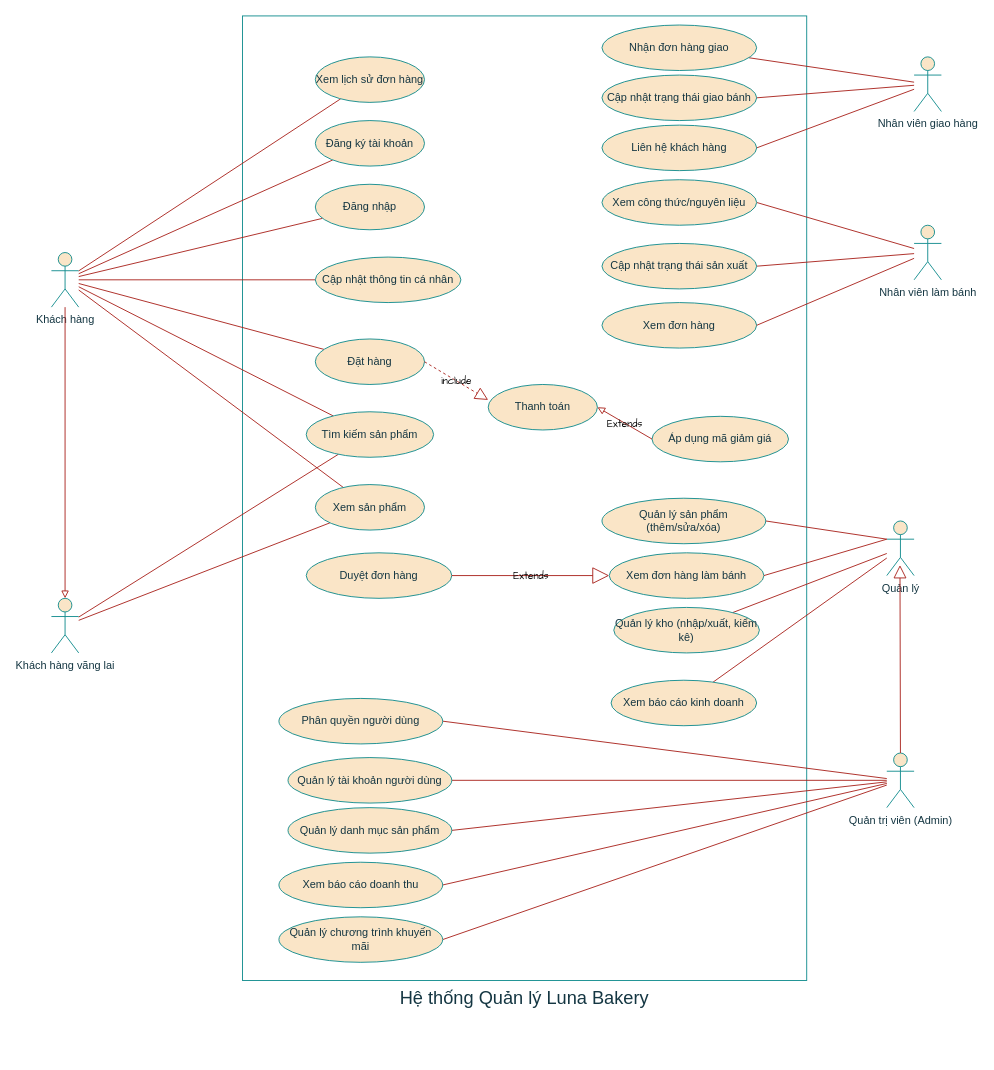
Earlier version of the draw.io diagram Sơ đồ/UseCaseBakeryLuna.diagram.drawio (Thong5279/LunaBakeryDeploy). Source tidied: cells renumbered, new cells numbered last; positions are measured from the earlier drawing's top-left corner, leaving out a move shared by most shapes. Both pictures are drawn from the tidied source at 91%, with x=0, y=0 at pixel (51, 15).
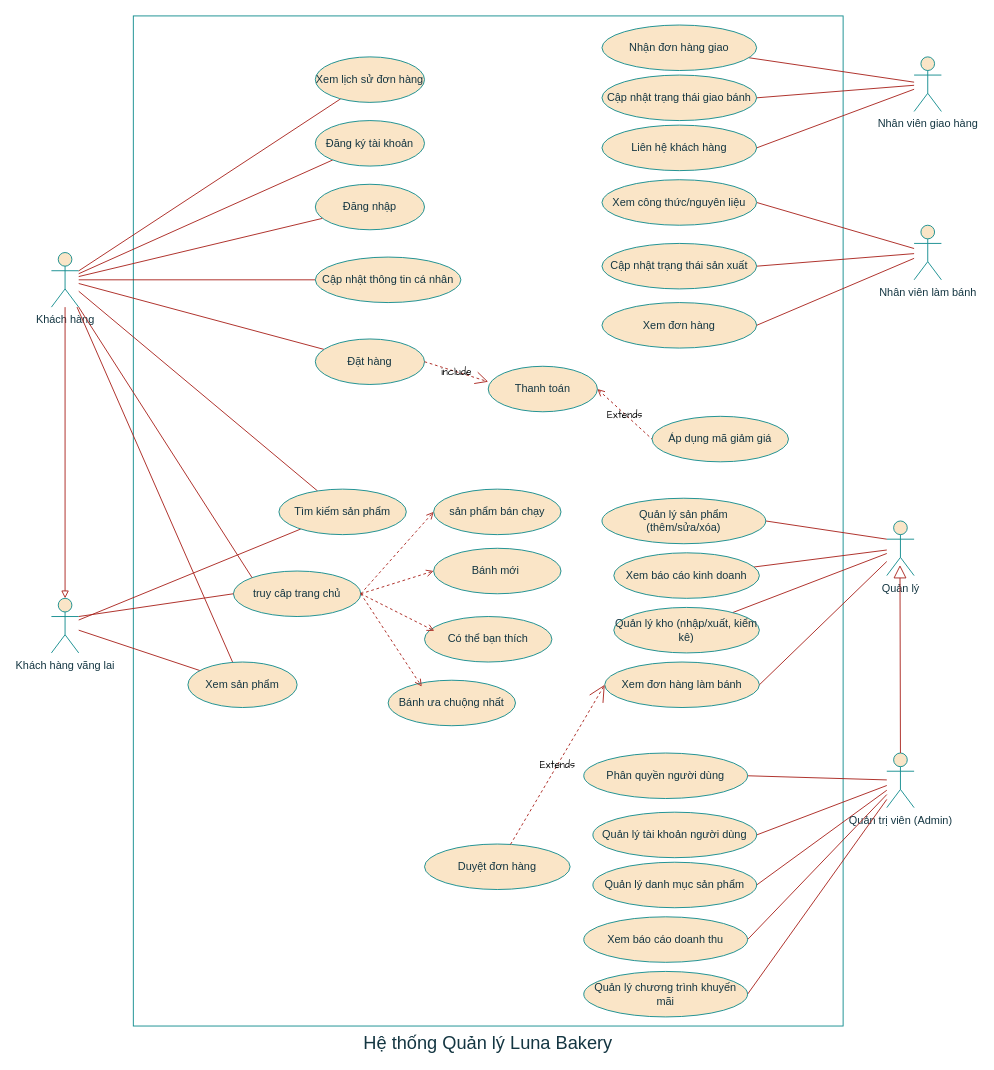
After the change.

The change refers to these unchanged cells:
```xml
<mxCell id="3" value="Khách hàng" style="shape=umlActor;verticalLabelPosition=bottom;verticalAlign=top;html=1;labelBackgroundColor=none;fillColor=#FAE5C7;strokeColor=#0F8B8D;fontColor=#143642;" parent="1" vertex="1">
  <mxGeometry y="260" width="30" height="60" as="geometry" />
</mxCell>
<mxCell id="4" value="Khách hàng vãng lai" style="shape=umlActor;verticalLabelPosition=bottom;verticalAlign=top;html=1;labelBackgroundColor=none;fillColor=#FAE5C7;strokeColor=#0F8B8D;fontColor=#143642;" parent="1" vertex="1">
  <mxGeometry y="640" width="30" height="60" as="geometry" />
</mxCell>
<mxCell id="6" value="Quản lý" style="shape=umlActor;verticalLabelPosition=bottom;verticalAlign=top;html=1;labelBackgroundColor=none;fillColor=#FAE5C7;strokeColor=#0F8B8D;fontColor=#143642;" parent="1" vertex="1">
  <mxGeometry x="918" y="555" width="30" height="60" as="geometry" />
</mxCell>
<mxCell id="33" value="Áp dụng mã giảm giá" style="ellipse;whiteSpace=wrap;html=1;labelBackgroundColor=none;fillColor=#FAE5C7;strokeColor=#0F8B8D;fontColor=#143642;" parent="1" vertex="1">
  <mxGeometry x="660" y="440" width="150" height="50" as="geometry" />
</mxCell>
<mxCell id="48" value="Đặt hàng" style="ellipse;whiteSpace=wrap;html=1;labelBackgroundColor=none;fillColor=#FAE5C7;strokeColor=#0F8B8D;fontColor=#143642;" parent="1" vertex="1">
  <mxGeometry x="290" y="355" width="120" height="50" as="geometry" />
</mxCell>
```

What changed in the source:
```diff
@@
     <mxCell id="2" value="Hệ thống Quản lý Luna Bakery" style="shape=rectangle;labelPosition=top;verticalLabelPosition=bottom;align=center;verticalAlign=top;whiteSpace=wrap;fillColor=none;fontSize=20;labelBackgroundColor=none;strokeColor=#0F8B8D;fontColor=#143642;" parent="1" vertex="1">
-      <mxGeometry x="210" width="620" height="1060" as="geometry" />
+      <mxGeometry x="90" width="780" height="1110" as="geometry" />
     </mxCell>
@@
     <mxCell id="32" value="Phân quyền người dùng" style="ellipse;whiteSpace=wrap;html=1;labelBackgroundColor=none;fillColor=#FAE5C7;strokeColor=#0F8B8D;fontColor=#143642;" parent="1" vertex="1">
-      <mxGeometry x="250" y="750" width="180" height="50" as="geometry" />
+      <mxGeometry x="585" y="810" width="180" height="50" as="geometry" />
     </mxCell>
@@
     <mxCell id="34" value="Duyệt đơn hàng" style="ellipse;whiteSpace=wrap;html=1;labelBackgroundColor=none;fillColor=#FAE5C7;strokeColor=#0F8B8D;fontColor=#143642;" parent="1" vertex="1">
-      <mxGeometry x="280" y="590" width="160" height="50" as="geometry" />
+      <mxGeometry x="410" y="910" width="160" height="50" as="geometry" />
     </mxCell>
@@
     <mxCell id="40" value="Xem báo cáo kinh doanh" style="ellipse;whiteSpace=wrap;html=1;labelBackgroundColor=none;fillColor=#FAE5C7;strokeColor=#0F8B8D;fontColor=#143642;" parent="1" vertex="1">
-      <mxGeometry x="615" y="730" width="160" height="50" as="geometry" />
+      <mxGeometry x="618" y="590" width="160" height="50" as="geometry" />
     </mxCell>
     <mxCell id="41" value="Quản lý tài khoản người dùng" style="ellipse;whiteSpace=wrap;html=1;labelBackgroundColor=none;fillColor=#FAE5C7;strokeColor=#0F8B8D;fontColor=#143642;" parent="1" vertex="1">
-      <mxGeometry x="260" y="815" width="180" height="50" as="geometry" />
+      <mxGeometry x="595" y="875" width="180" height="50" as="geometry" />
     </mxCell>
@@
     <mxCell id="43" value="Quản lý danh mục sản phẩm" style="ellipse;whiteSpace=wrap;html=1;labelBackgroundColor=none;fillColor=#FAE5C7;strokeColor=#0F8B8D;fontColor=#143642;" parent="1" vertex="1">
-      <mxGeometry x="260" y="870" width="180" height="50" as="geometry" />
+      <mxGeometry x="595" y="930" width="180" height="50" as="geometry" />
     </mxCell>
     <mxCell id="44" value="Xem báo cáo doanh thu" style="ellipse;whiteSpace=wrap;html=1;labelBackgroundColor=none;fillColor=#FAE5C7;strokeColor=#0F8B8D;fontColor=#143642;" parent="1" vertex="1">
-      <mxGeometry x="250" y="930" width="180" height="50" as="geometry" />
+      <mxGeometry x="585" y="990" width="180" height="50" as="geometry" />
     </mxCell>
     <mxCell id="45" value="Quản lý chương trình khuyến mãi" style="ellipse;whiteSpace=wrap;html=1;labelBackgroundColor=none;fillColor=#FAE5C7;strokeColor=#0F8B8D;fontColor=#143642;" parent="1" vertex="1">
-      <mxGeometry x="250" y="990" width="180" height="50" as="geometry" />
+      <mxGeometry x="585" y="1050" width="180" height="50" as="geometry" />
     </mxCell>
@@
     <mxCell id="47" value="Xem đơn hàng làm bánh" style="ellipse;whiteSpace=wrap;html=1;labelBackgroundColor=none;fillColor=#FAE5C7;strokeColor=#0F8B8D;fontColor=#143642;" parent="1" vertex="1">
-      <mxGeometry x="613" y="590" width="170" height="50" as="geometry" />
+      <mxGeometry x="608" y="710" width="170" height="50" as="geometry" />
     </mxCell>
@@
     <mxCell id="49" value="Thanh toán" style="ellipse;whiteSpace=wrap;html=1;labelBackgroundColor=none;fillColor=#FAE5C7;strokeColor=#0F8B8D;fontColor=#143642;" parent="1" vertex="1">
-      <mxGeometry x="480" y="405" width="120" height="50" as="geometry" />
+      <mxGeometry x="480" y="385" width="120" height="50" as="geometry" />
     </mxCell>
     <mxCell id="50" value="Tìm kiếm sản phẩm" style="ellipse;whiteSpace=wrap;html=1;labelBackgroundColor=none;fillColor=#FAE5C7;strokeColor=#0F8B8D;fontColor=#143642;" parent="1" vertex="1">
-      <mxGeometry x="280" y="435" width="140" height="50" as="geometry" />
+      <mxGeometry x="250" y="520" width="140" height="50" as="geometry" />
     </mxCell>
     <mxCell id="51" value="Xem sản phẩm" style="ellipse;whiteSpace=wrap;html=1;labelBackgroundColor=none;fillColor=#FAE5C7;strokeColor=#0F8B8D;fontColor=#143642;" parent="1" vertex="1">
-      <mxGeometry x="290" y="515" width="120" height="50" as="geometry" />
+      <mxGeometry x="150" y="710" width="120" height="50" as="geometry" />
     </mxCell>
@@
-    <mxCell id="56" style="endArrow=none;html=1;exitX=1;exitY=0.5;exitDx=0;exitDy=0;entryX=0;entryY=0.3333333333333333;entryDx=0;entryDy=0;entryPerimeter=0;labelBackgroundColor=none;strokeColor=#A8201A;fontColor=default;" parent="1" edge="1" source="47" target="6">
+    <mxCell id="56" style="endArrow=none;html=1;exitX=1;exitY=0.5;exitDx=0;exitDy=0;labelBackgroundColor=none;strokeColor=#A8201A;fontColor=default;" parent="1" edge="1" source="47" target="6">
       <mxGeometry relative="1" as="geometry" />
     </mxCell>
@@
-    <mxCell id="59" value="Extends" style="endArrow=block;endSize=16;endFill=0;html=1;rounded=0;hachureGap=4;fontFamily=Architects Daughter;exitX=1;exitY=0.5;exitDx=0;exitDy=0;entryX=0;entryY=0.5;entryDx=0;entryDy=0;labelBackgroundColor=none;strokeColor=#A8201A;fontColor=default;" parent="1" edge="1" source="34" target="47">
+    <mxCell id="59" value="Extends" style="endArrow=open;endSize=16;endFill=0;html=1;rounded=0;hachureGap=4;fontFamily=Architects Daughter;entryX=0;entryY=0.5;entryDx=0;entryDy=0;labelBackgroundColor=none;strokeColor=#A8201A;fontColor=default;dashed=1;" parent="1" edge="1" source="34" target="47">
       <mxGeometry relative="1" as="geometry" />
     </mxCell>
-    <mxCell id="60" value="Extends" style="endArrow=none;endSize=16;endFill=0;html=1;rounded=0;hachureGap=4;fontFamily=Architects Daughter;exitX=1;exitY=0.5;exitDx=0;exitDy=0;entryX=0;entryY=0.5;entryDx=0;entryDy=0;startFill=0;startArrow=block;labelBackgroundColor=none;strokeColor=#A8201A;fontColor=default;" parent="1" edge="1" source="49" target="33">
+    <mxCell id="60" value="Extends" style="endArrow=none;endSize=16;endFill=0;html=1;rounded=0;hachureGap=4;fontFamily=Architects Daughter;exitX=1;exitY=0.5;exitDx=0;exitDy=0;entryX=0;entryY=0.5;entryDx=0;entryDy=0;startFill=0;startArrow=open;labelBackgroundColor=none;strokeColor=#A8201A;fontColor=default;dashed=1;" parent="1" edge="1" source="49" target="33">
       <mxGeometry relative="1" as="geometry" />
     </mxCell>
-    <mxCell id="61" value="include" style="endArrow=block;endSize=12;dashed=1;html=1;rounded=0;hachureGap=4;fontFamily=Architects Daughter;endFill=0;exitX=1;exitY=0.5;exitDx=0;exitDy=0;entryX=0;entryY=0.34;entryDx=0;entryDy=0;entryPerimeter=0;labelBackgroundColor=none;strokeColor=#A8201A;fontColor=default;" parent="1" edge="1" source="48" target="49">
+    <mxCell id="61" value="include" style="endArrow=open;endSize=12;dashed=1;html=1;rounded=0;hachureGap=4;fontFamily=Architects Daughter;endFill=0;exitX=1;exitY=0.5;exitDx=0;exitDy=0;entryX=0;entryY=0.34;entryDx=0;entryDy=0;entryPerimeter=0;labelBackgroundColor=none;strokeColor=#A8201A;fontColor=default;" parent="1" edge="1" source="48" target="49">
       <mxGeometry relative="1" as="geometry" />
     </mxCell>
@@
+    <mxCell id="63" value="truy câp trang chủ" style="ellipse;whiteSpace=wrap;html=1;labelBackgroundColor=none;fillColor=#FAE5C7;strokeColor=#0F8B8D;fontColor=#143642;" parent="1" vertex="1">
+      <mxGeometry x="200" y="610" width="140" height="50" as="geometry" />
+    </mxCell>
+    <mxCell id="64" value="sản phẩm bán chạy" style="ellipse;whiteSpace=wrap;html=1;labelBackgroundColor=none;fillColor=#FAE5C7;strokeColor=#0F8B8D;fontColor=#143642;" parent="1" vertex="1">
+      <mxGeometry x="420" y="520" width="140" height="50" as="geometry" />
+    </mxCell>
+    <mxCell id="65" value="Bánh mới&amp;nbsp;" style="ellipse;whiteSpace=wrap;html=1;labelBackgroundColor=none;fillColor=#FAE5C7;strokeColor=#0F8B8D;fontColor=#143642;" parent="1" vertex="1">
+      <mxGeometry x="420" y="585" width="140" height="50" as="geometry" />
+    </mxCell>
+    <mxCell id="66" style="endArrow=none;html=1;labelBackgroundColor=none;strokeColor=#A8201A;fontColor=default;exitX=1;exitY=1;exitDx=0;exitDy=0;exitPerimeter=0;entryX=0;entryY=0;entryDx=0;entryDy=0;" parent="1" edge="1" source="3" target="63">
+      <mxGeometry relative="1" as="geometry" />
+    </mxCell>
+    <mxCell id="67" style="endArrow=none;html=1;labelBackgroundColor=none;strokeColor=#A8201A;fontColor=default;entryX=0;entryY=0.5;entryDx=0;entryDy=0;exitX=1;exitY=0.3333333333333333;exitDx=0;exitDy=0;exitPerimeter=0;" parent="1" edge="1" source="4" target="63">
+      <mxGeometry relative="1" as="geometry" />
+    </mxCell>
+    <mxCell id="68" style="endArrow=open;html=1;labelBackgroundColor=none;strokeColor=#A8201A;fontColor=default;entryX=0;entryY=0.5;entryDx=0;entryDy=0;exitX=1;exitY=0.5;exitDx=0;exitDy=0;dashed=1;endFill=0;" parent="1" edge="1" source="63" target="64">
+      <mxGeometry relative="1" as="geometry" />
+    </mxCell>
+    <mxCell id="69" style="endArrow=open;html=1;labelBackgroundColor=none;strokeColor=#A8201A;fontColor=default;entryX=0;entryY=0.5;entryDx=0;entryDy=0;exitX=1;exitY=0.5;exitDx=0;exitDy=0;dashed=1;endFill=0;" parent="1" edge="1" source="63" target="65">
+      <mxGeometry relative="1" as="geometry" />
+    </mxCell>
+    <mxCell id="70" value="Có thể bạn thích" style="ellipse;whiteSpace=wrap;html=1;labelBackgroundColor=none;fillColor=#FAE5C7;strokeColor=#0F8B8D;fontColor=#143642;" parent="1" vertex="1">
+      <mxGeometry x="410" y="660" width="140" height="50" as="geometry" />
+    </mxCell>
+    <mxCell id="71" value="Bánh ưa chuộng nhất" style="ellipse;whiteSpace=wrap;html=1;labelBackgroundColor=none;fillColor=#FAE5C7;strokeColor=#0F8B8D;fontColor=#143642;" parent="1" vertex="1">
+      <mxGeometry x="370" y="730" width="140" height="50" as="geometry" />
+    </mxCell>
+    <mxCell id="72" style="endArrow=open;html=1;labelBackgroundColor=none;strokeColor=#A8201A;fontColor=default;entryX=0.077;entryY=0.315;entryDx=0;entryDy=0;exitX=1;exitY=0.5;exitDx=0;exitDy=0;entryPerimeter=0;endFill=0;dashed=1;" parent="1" edge="1" source="63" target="70">
+      <mxGeometry relative="1" as="geometry" />
+    </mxCell>
+    <mxCell id="73" style="endArrow=open;html=1;labelBackgroundColor=none;strokeColor=#A8201A;fontColor=default;entryX=0.264;entryY=0.14;entryDx=0;entryDy=0;exitX=1;exitY=0.5;exitDx=0;exitDy=0;entryPerimeter=0;dashed=1;endFill=0;" parent="1" edge="1" source="63" target="71">
+      <mxGeometry relative="1" as="geometry" />
+    </mxCell>
```
